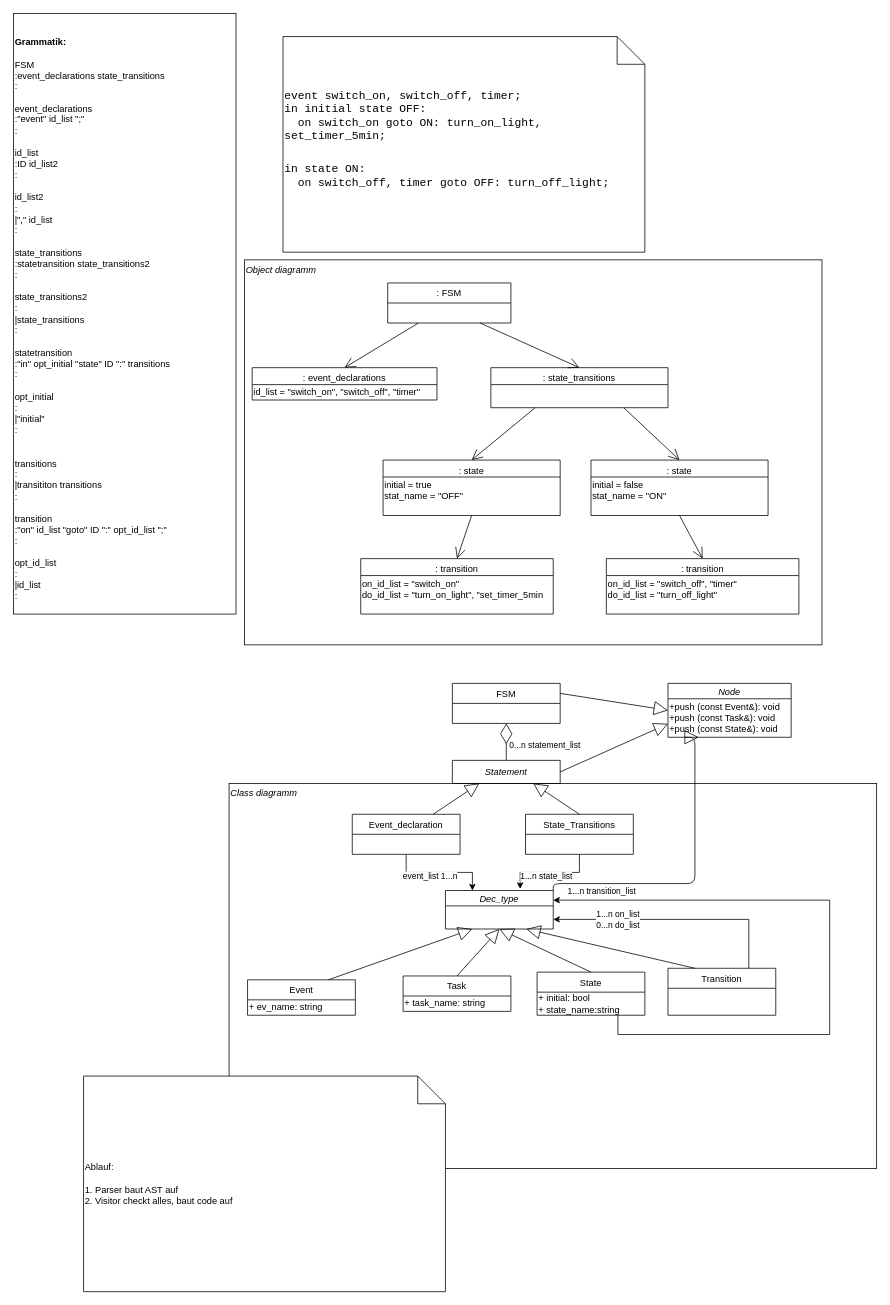
This is ParserAndInterpreter.drawio from LucRome/Automaten, a draw.io file, before an edit. Source tidied: cells renumbered, new cells numbered last; positions are measured from the earlier drawing's top-left corner, leaving out a move shared by most shapes. Both pictures are drawn from the tidied source at 77%, with x=0, y=0 at pixel (13, 13).
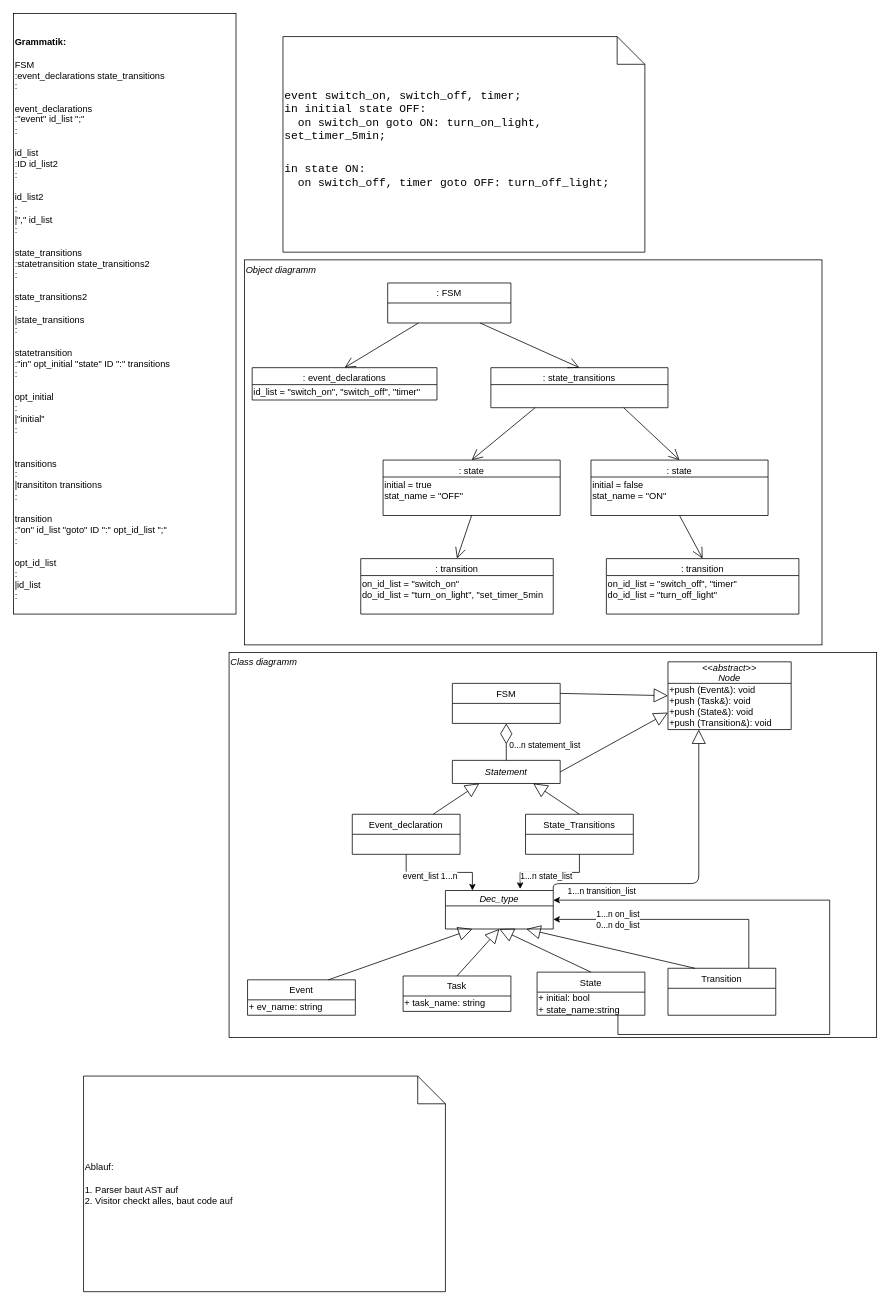
The same diagram, later.

The change refers to these unchanged cells:
```xml
<mxCell id="41" value="Dec_type" style="swimlane;fontStyle=2;horizontal=1;startSize=20;fillColor=none;" parent="1" vertex="1">
  <mxGeometry x="561" y="1139" width="140" height="50" as="geometry" />
</mxCell>
```

What changed in the source:
```diff
@@
     <mxCell id="23" value="&lt;div&gt;&lt;i&gt;Class diagramm&lt;/i&gt;&lt;/div&gt;&lt;div&gt;&lt;i&gt;&lt;br&gt;&lt;/i&gt;&lt;/div&gt;&lt;div&gt;&lt;i&gt;&lt;br&gt;&lt;/i&gt;&lt;/div&gt;&lt;div&gt;&lt;i&gt;&lt;br&gt;&lt;/i&gt;&lt;/div&gt;&lt;div&gt;&lt;i&gt;&lt;br&gt;&lt;/i&gt;&lt;/div&gt;&lt;div&gt;&lt;i&gt;&lt;br&gt;&lt;/i&gt;&lt;/div&gt;&lt;div&gt;&lt;i&gt;&lt;br&gt;&lt;/i&gt;&lt;/div&gt;&lt;div&gt;&lt;i&gt;&lt;br&gt;&lt;/i&gt;&lt;/div&gt;&lt;div&gt;&lt;i&gt;&lt;br&gt;&lt;/i&gt;&lt;/div&gt;&lt;div&gt;&lt;i&gt;&lt;br&gt;&lt;/i&gt;&lt;/div&gt;&lt;div&gt;&lt;i&gt;&lt;br&gt;&lt;/i&gt;&lt;/div&gt;&lt;div&gt;&lt;i&gt;&lt;br&gt;&lt;/i&gt;&lt;/div&gt;&lt;div&gt;&lt;i&gt;&lt;br&gt;&lt;/i&gt;&lt;/div&gt;&lt;div&gt;&lt;i&gt;&lt;br&gt;&lt;/i&gt;&lt;/div&gt;&lt;div&gt;&lt;i&gt;&lt;br&gt;&lt;/i&gt;&lt;/div&gt;&lt;div&gt;&lt;i&gt;&lt;br&gt;&lt;/i&gt;&lt;/div&gt;&lt;div&gt;&lt;i&gt;&lt;br&gt;&lt;/i&gt;&lt;/div&gt;&lt;div&gt;&lt;i&gt;&lt;br&gt;&lt;/i&gt;&lt;/div&gt;&lt;div&gt;&lt;i&gt;&lt;br&gt;&lt;/i&gt;&lt;/div&gt;&lt;div&gt;&lt;i&gt;&lt;br&gt;&lt;/i&gt;&lt;/div&gt;&lt;div&gt;&lt;i&gt;&lt;br&gt;&lt;/i&gt;&lt;/div&gt;&lt;div&gt;&lt;i&gt;&lt;br&gt;&lt;/i&gt;&lt;/div&gt;&lt;div&gt;&lt;i&gt;&lt;br&gt;&lt;/i&gt;&lt;/div&gt;&lt;div&gt;&lt;i&gt;&lt;br&gt;&lt;/i&gt;&lt;/div&gt;&lt;div&gt;&lt;i&gt;&lt;br&gt;&lt;/i&gt;&lt;/div&gt;&lt;div&gt;&lt;i&gt;&lt;br&gt;&lt;/i&gt;&lt;/div&gt;&lt;div&gt;&lt;i&gt;&lt;br&gt;&lt;/i&gt;&lt;/div&gt;&lt;div&gt;&lt;i&gt;&lt;br&gt;&lt;/i&gt;&lt;/div&gt;&lt;div&gt;&lt;i&gt;&lt;br&gt;&lt;/i&gt;&lt;/div&gt;&lt;div&gt;&lt;i&gt;&lt;br&gt;&lt;/i&gt;&lt;/div&gt;&lt;div&gt;&lt;i&gt;&lt;br&gt;&lt;/i&gt;&lt;/div&gt;&lt;div&gt;&lt;i&gt;&lt;br&gt;&lt;/i&gt;&lt;/div&gt;&lt;div&gt;&lt;i&gt;&lt;br&gt;&lt;/i&gt;&lt;/div&gt;&lt;div&gt;&lt;i&gt;&lt;br&gt;&lt;/i&gt;&lt;/div&gt;" style="rounded=0;whiteSpace=wrap;html=1;align=left;" parent="1" vertex="1">
-      <mxGeometry x="280" y="1000" width="841" height="500" as="geometry" />
+      <mxGeometry x="280" y="830" width="841" height="500" as="geometry" />
     </mxCell>
@@
-    <mxCell id="49" value="Node" style="swimlane;fontStyle=2;horizontal=1;startSize=20;fillColor=none;" parent="1" vertex="1">
-      <mxGeometry x="850" y="870" width="160" height="70" as="geometry" />
+    <mxCell id="49" value="&lt;&lt;abstract&gt;&gt;&#10;Node" style="swimlane;fontStyle=2;horizontal=1;startSize=28;fillColor=none;" parent="1" vertex="1">
+      <mxGeometry x="850" y="842" width="160" height="88" as="geometry" />
     </mxCell>
-    <mxCell id="50" value="&lt;div&gt;+push (const Event&amp;amp;): void&lt;/div&gt;&lt;div&gt;+push (const Task&amp;amp;): void&lt;/div&gt;&lt;div&gt;+push (const State&amp;amp;): void&lt;br&gt;&lt;/div&gt;" style="text;html=1;align=left;verticalAlign=middle;" parent="49" vertex="1">
-      <mxGeometry y="20" width="160" height="50" as="geometry" />
+    <mxCell id="50" value="&lt;div&gt;+push (Event&amp;amp;): void&lt;/div&gt;&lt;div&gt;+push (Task&amp;amp;): void&lt;/div&gt;&lt;div&gt;+push (State&amp;amp;): void&lt;br&gt;&lt;/div&gt;&lt;div&gt;+push (Transition&amp;amp;): void&lt;br&gt;&lt;/div&gt;" style="text;html=1;align=left;verticalAlign=middle;" parent="49" vertex="1">
+      <mxGeometry y="28" width="160" height="60" as="geometry" />
     </mxCell>
@@
     <mxCell id="53" value="&lt;div&gt;&lt;br&gt;&lt;/div&gt;" style="endArrow=block;endSize=16;endFill=0;html=1;entryX=0.25;entryY=1;entryDx=0;entryDy=0;exitX=1;exitY=0;exitDx=0;exitDy=0;edgeStyle=orthogonalEdgeStyle;" parent="1" edge="1" source="41" target="49">
       <mxGeometry x="-0.36" y="-13" relative="1" as="geometry">
         <Array as="points">
           <mxPoint x="701" y="1130" />
-          <mxPoint x="885" y="1130" />
+          <mxPoint x="890" y="1130" />
         </Array>
       </mxGeometry>
     </mxCell>
```
